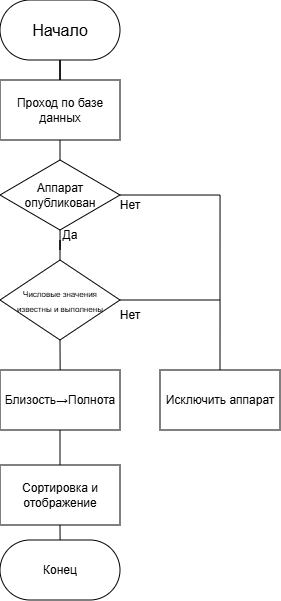
Earlier version of the draw.io export Поиск.png (Bruh9797/Practice). Source tidied: cells renumbered, new cells last; positions are measured from the earlier drawing's top-left corner, leaving out a move shared by most shapes. Its diagram source:
```xml
<mxGraphModel>
  <root>
    <mxCell id="0" />
    <mxCell id="1" parent="0" />
    <mxCell id="2" style="edgeStyle=orthogonalEdgeStyle;rounded=0;jettySize=auto;html=1;endArrow=none;endFill=0;" parent="1" edge="1" source="3">
      <mxGeometry relative="1" as="geometry">
        <mxPoint x="60" y="80" as="targetPoint" />
      </mxGeometry>
    </mxCell>
    <mxCell id="3" value="&lt;font style=&quot;font-size: 16px;&quot;&gt;Начало&lt;/font&gt;" style="rounded=1;whiteSpace=wrap;html=1;arcSize=50;" parent="1" vertex="1">
      <mxGeometry width="120" height="60" as="geometry" />
    </mxCell>
    <mxCell id="4" style="edgeStyle=orthogonalEdgeStyle;rounded=0;jettySize=auto;html=1;endArrow=none;endFill=0;" parent="1" edge="1" source="6">
      <mxGeometry relative="1" as="geometry">
        <mxPoint x="60" y="260" as="targetPoint" />
      </mxGeometry>
    </mxCell>
    <mxCell id="5" style="edgeStyle=orthogonalEdgeStyle;rounded=0;jettySize=auto;html=1;exitX=1;exitY=0.5;exitDx=0;exitDy=0;endArrow=none;endFill=0;" parent="1" edge="1" source="6">
      <mxGeometry relative="1" as="geometry">
        <mxPoint x="220" y="300" as="targetPoint" />
        <Array as="points">
          <mxPoint x="220" y="195" />
        </Array>
      </mxGeometry>
    </mxCell>
    <mxCell id="6" value="Аппарат опубликован" style="rhombus;whiteSpace=wrap;html=1;" parent="1" vertex="1">
      <mxGeometry y="160" width="120" height="70" as="geometry" />
    </mxCell>
    <mxCell id="7" style="edgeStyle=orthogonalEdgeStyle;rounded=0;jettySize=auto;html=1;exitX=0.5;exitY=1;exitDx=0;exitDy=0;entryX=0.5;entryY=0;entryDx=0;entryDy=0;endArrow=none;endFill=0;" parent="1" edge="1" source="8" target="6">
      <mxGeometry relative="1" as="geometry" />
    </mxCell>
    <mxCell id="8" value="Проход по базе данных" style="rounded=0;whiteSpace=wrap;html=1;" parent="1" vertex="1">
      <mxGeometry y="80" width="120" height="60" as="geometry" />
    </mxCell>
    <mxCell id="9" style="edgeStyle=orthogonalEdgeStyle;rounded=0;jettySize=auto;html=1;exitX=0.5;exitY=1;exitDx=0;exitDy=0;endArrow=none;endFill=0;" parent="1" edge="1" source="11">
      <mxGeometry relative="1" as="geometry">
        <mxPoint x="60.1" y="370" as="targetPoint" />
      </mxGeometry>
    </mxCell>
    <mxCell id="10" style="edgeStyle=orthogonalEdgeStyle;rounded=0;jettySize=auto;html=1;exitX=1;exitY=0.5;exitDx=0;exitDy=0;entryX=0.5;entryY=0;entryDx=0;entryDy=0;endArrow=none;endFill=0;" parent="1" edge="1" source="11" target="18">
      <mxGeometry relative="1" as="geometry">
        <Array as="points">
          <mxPoint x="220" y="300" />
        </Array>
      </mxGeometry>
    </mxCell>
    <mxCell id="11" value="&lt;font style=&quot;font-size: 8px;&quot;&gt;Числовые значения &lt;br&gt;известны и выполнены&lt;/font&gt;" style="rhombus;whiteSpace=wrap;html=1;" parent="1" vertex="1">
      <mxGeometry y="260" width="120" height="80" as="geometry" />
    </mxCell>
    <mxCell id="12" value="Да" style="text;html=1;whiteSpace=wrap;strokeColor=none;fillColor=none;align=center;verticalAlign=middle;rounded=0;" parent="1" vertex="1">
      <mxGeometry x="40" y="220" width="60" height="30" as="geometry" />
    </mxCell>
    <mxCell id="13" style="edgeStyle=orthogonalEdgeStyle;rounded=0;jettySize=auto;html=1;exitX=0.5;exitY=1;exitDx=0;exitDy=0;entryX=0.5;entryY=0;entryDx=0;entryDy=0;endArrow=none;endFill=0;" parent="1" edge="1" source="14" target="16">
      <mxGeometry relative="1" as="geometry" />
    </mxCell>
    <mxCell id="14" value="Близость→Полнота" style="rounded=0;whiteSpace=wrap;html=1;" parent="1" vertex="1">
      <mxGeometry y="370" width="120" height="60" as="geometry" />
    </mxCell>
    <mxCell id="15" style="edgeStyle=orthogonalEdgeStyle;rounded=0;jettySize=auto;html=1;exitX=0.5;exitY=1;exitDx=0;exitDy=0;endArrow=none;endFill=0;" parent="1" edge="1" source="16">
      <mxGeometry relative="1" as="geometry">
        <mxPoint x="60.1" y="550" as="targetPoint" />
      </mxGeometry>
    </mxCell>
    <mxCell id="16" value="Сортировка и отображение" style="rounded=0;whiteSpace=wrap;html=1;" parent="1" vertex="1">
      <mxGeometry y="465" width="120" height="60" as="geometry" />
    </mxCell>
    <mxCell id="17" value="Конец" style="rounded=1;whiteSpace=wrap;html=1;arcSize=50;" parent="1" vertex="1">
      <mxGeometry y="540" width="120" height="60" as="geometry" />
    </mxCell>
    <mxCell id="18" value="Исключить аппарат" style="rounded=0;whiteSpace=wrap;html=1;" parent="1" vertex="1">
      <mxGeometry x="160" y="370" width="120" height="60" as="geometry" />
    </mxCell>
    <mxCell id="19" value="Нет" style="text;html=1;whiteSpace=wrap;strokeColor=none;fillColor=none;align=center;verticalAlign=middle;rounded=0;" parent="1" vertex="1">
      <mxGeometry x="100" y="300" width="60" height="30" as="geometry" />
    </mxCell>
    <mxCell id="20" value="Нет" style="text;html=1;whiteSpace=wrap;strokeColor=none;fillColor=none;align=center;verticalAlign=middle;rounded=0;" parent="1" vertex="1">
      <mxGeometry x="100" y="190" width="60" height="30" as="geometry" />
    </mxCell>
  </root>
</mxGraphModel>
```
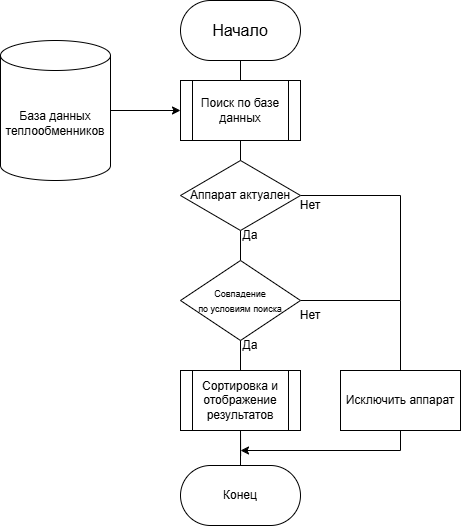
The same diagram one commit later.

What changed in the source:
```diff
@@ -23,20 +23,14 @@
         </Array>
       </mxGeometry>
     </mxCell>
-    <mxCell id="6" value="Аппарат опубликован" style="rhombus;whiteSpace=wrap;html=1;" parent="1" vertex="1">
+    <mxCell id="6" value="Аппарат актуален" style="rhombus;whiteSpace=wrap;html=1;" parent="1" vertex="1">
       <mxGeometry y="160" width="120" height="70" as="geometry" />
     </mxCell>
-    <mxCell id="7" style="edgeStyle=orthogonalEdgeStyle;rounded=0;jettySize=auto;html=1;exitX=0.5;exitY=1;exitDx=0;exitDy=0;entryX=0.5;entryY=0;entryDx=0;entryDy=0;endArrow=none;endFill=0;" parent="1" edge="1" source="8" target="6">
-      <mxGeometry relative="1" as="geometry" />
+    <mxCell id="7" style="edgeStyle=orthogonalEdgeStyle;rounded=0;jettySize=auto;html=1;exitX=0.5;exitY=1;exitDx=0;exitDy=0;entryX=0.5;entryY=0;entryDx=0;entryDy=0;endArrow=none;endFill=0;" parent="1" edge="1" target="6">
+      <mxGeometry relative="1" as="geometry">
+        <mxPoint x="60" y="140" as="sourcePoint" />
+      </mxGeometry>
     </mxCell>
-    <mxCell id="8" value="Проход по базе данных" style="rounded=0;whiteSpace=wrap;html=1;" parent="1" vertex="1">
-      <mxGeometry y="80" width="120" height="60" as="geometry" />
-    </mxCell>
-    <mxCell id="9" style="edgeStyle=orthogonalEdgeStyle;rounded=0;jettySize=auto;html=1;exitX=0.5;exitY=1;exitDx=0;exitDy=0;endArrow=none;endFill=0;" parent="1" edge="1" source="11">
-      <mxGeometry relative="1" as="geometry">
-        <mxPoint x="60.1" y="370" as="targetPoint" />
-      </mxGeometry>
-    </mxCell>
     <mxCell id="10" style="edgeStyle=orthogonalEdgeStyle;rounded=0;jettySize=auto;html=1;exitX=1;exitY=0.5;exitDx=0;exitDy=0;entryX=0.5;entryY=0;entryDx=0;entryDy=0;endArrow=none;endFill=0;" parent="1" edge="1" source="11" target="18">
       <mxGeometry relative="1" as="geometry">
         <Array as="points">
@@ -44,29 +38,35 @@
         </Array>
       </mxGeometry>
     </mxCell>
-    <mxCell id="11" value="&lt;font style=&quot;font-size: 8px;&quot;&gt;Числовые значения &lt;br&gt;известны и выполнены&lt;/font&gt;" style="rhombus;whiteSpace=wrap;html=1;" parent="1" vertex="1">
+    <mxCell id="11" value="&lt;font style=&quot;font-size: 9px;&quot;&gt;Совпадение &lt;br&gt;по условиям поиска&lt;/font&gt;" style="rhombus;whiteSpace=wrap;html=1;" parent="1" vertex="1">
       <mxGeometry y="260" width="120" height="80" as="geometry" />
     </mxCell>
     <mxCell id="12" value="Да" style="text;html=1;whiteSpace=wrap;strokeColor=none;fillColor=none;align=center;verticalAlign=middle;rounded=0;" parent="1" vertex="1">
       <mxGeometry x="40" y="220" width="60" height="30" as="geometry" />
     </mxCell>
-    <mxCell id="13" style="edgeStyle=orthogonalEdgeStyle;rounded=0;jettySize=auto;html=1;exitX=0.5;exitY=1;exitDx=0;exitDy=0;entryX=0.5;entryY=0;entryDx=0;entryDy=0;endArrow=none;endFill=0;" parent="1" edge="1" source="14" target="16">
-      <mxGeometry relative="1" as="geometry" />
+    <mxCell id="13" style="edgeStyle=orthogonalEdgeStyle;rounded=0;jettySize=auto;html=1;entryX=0.5;entryY=0;entryDx=0;entryDy=0;endArrow=none;endFill=0;" parent="1" edge="1" source="11">
+      <mxGeometry relative="1" as="geometry">
+        <mxPoint x="60" y="465" as="targetPoint" />
+      </mxGeometry>
     </mxCell>
-    <mxCell id="14" value="Близость→Полнота" style="rounded=0;whiteSpace=wrap;html=1;" parent="1" vertex="1">
-      <mxGeometry y="370" width="120" height="60" as="geometry" />
-    </mxCell>
-    <mxCell id="15" style="edgeStyle=orthogonalEdgeStyle;rounded=0;jettySize=auto;html=1;exitX=0.5;exitY=1;exitDx=0;exitDy=0;endArrow=none;endFill=0;" parent="1" edge="1" source="16">
+    <mxCell id="15" style="edgeStyle=orthogonalEdgeStyle;rounded=0;orthogonalLoop=1;jettySize=auto;html=1;exitX=0.5;exitY=1;exitDx=0;exitDy=0;endArrow=none;endFill=0;" parent="1" edge="1">
       <mxGeometry relative="1" as="geometry">
-        <mxPoint x="60.1" y="550" as="targetPoint" />
+        <mxPoint x="60" y="430.5" as="sourcePoint" />
+        <mxPoint x="60.1" y="455.5" as="targetPoint" />
       </mxGeometry>
     </mxCell>
-    <mxCell id="16" value="Сортировка и отображение" style="rounded=0;whiteSpace=wrap;html=1;" parent="1" vertex="1">
-      <mxGeometry y="465" width="120" height="60" as="geometry" />
-    </mxCell>
     <mxCell id="17" value="Конец" style="rounded=1;whiteSpace=wrap;html=1;arcSize=50;" parent="1" vertex="1">
-      <mxGeometry y="540" width="120" height="60" as="geometry" />
+      <mxGeometry y="465" width="120" height="60" as="geometry" />
     </mxCell>
+    <mxCell id="21" style="edgeStyle=orthogonalEdgeStyle;rounded=0;jettySize=auto;html=1;exitX=0.5;exitY=1;exitDx=0;exitDy=0;" parent="1" edge="1" source="18">
+      <mxGeometry relative="1" as="geometry">
+        <mxPoint x="60" y="450" as="targetPoint" />
+        <Array as="points">
+          <mxPoint x="220" y="450" />
+          <mxPoint x="60" y="450" />
+        </Array>
+      </mxGeometry>
+    </mxCell>
     <mxCell id="18" value="Исключить аппарат" style="rounded=0;whiteSpace=wrap;html=1;" parent="1" vertex="1">
       <mxGeometry x="160" y="370" width="120" height="60" as="geometry" />
     </mxCell>
@@ -76,5 +76,22 @@
     <mxCell id="20" value="Нет" style="text;html=1;whiteSpace=wrap;strokeColor=none;fillColor=none;align=center;verticalAlign=middle;rounded=0;" parent="1" vertex="1">
       <mxGeometry x="100" y="190" width="60" height="30" as="geometry" />
     </mxCell>
+    <mxCell id="22" style="edgeStyle=orthogonalEdgeStyle;rounded=0;jettySize=auto;html=1;entryX=0;entryY=0.5;entryDx=0;entryDy=0;" parent="1" edge="1" source="23">
+      <mxGeometry relative="1" as="geometry">
+        <mxPoint y="110" as="targetPoint" />
+      </mxGeometry>
+    </mxCell>
+    <mxCell id="23" value="База данных теплообменников" style="shape=cylinder3;whiteSpace=wrap;html=1;boundedLbl=1;backgroundOutline=1;size=15;" parent="1" vertex="1">
+      <mxGeometry x="-180" y="40" width="110" height="140" as="geometry" />
+    </mxCell>
+    <mxCell id="24" value="Сортировка и отображение результатов" style="shape=process;whiteSpace=wrap;html=1;backgroundOutline=1;" parent="1" vertex="1">
+      <mxGeometry y="370" width="120" height="60" as="geometry" />
+    </mxCell>
+    <mxCell id="25" value="Да" style="text;html=1;whiteSpace=wrap;strokeColor=none;fillColor=none;align=center;verticalAlign=middle;rounded=0;" parent="1" vertex="1">
+      <mxGeometry x="40" y="330" width="60" height="30" as="geometry" />
+    </mxCell>
+    <mxCell id="26" value="Поиск по базе данных" style="shape=process;whiteSpace=wrap;html=1;backgroundOutline=1;" parent="1" vertex="1">
+      <mxGeometry y="80" width="120" height="60" as="geometry" />
+    </mxCell>
   </root>
 </mxGraphModel>
```
